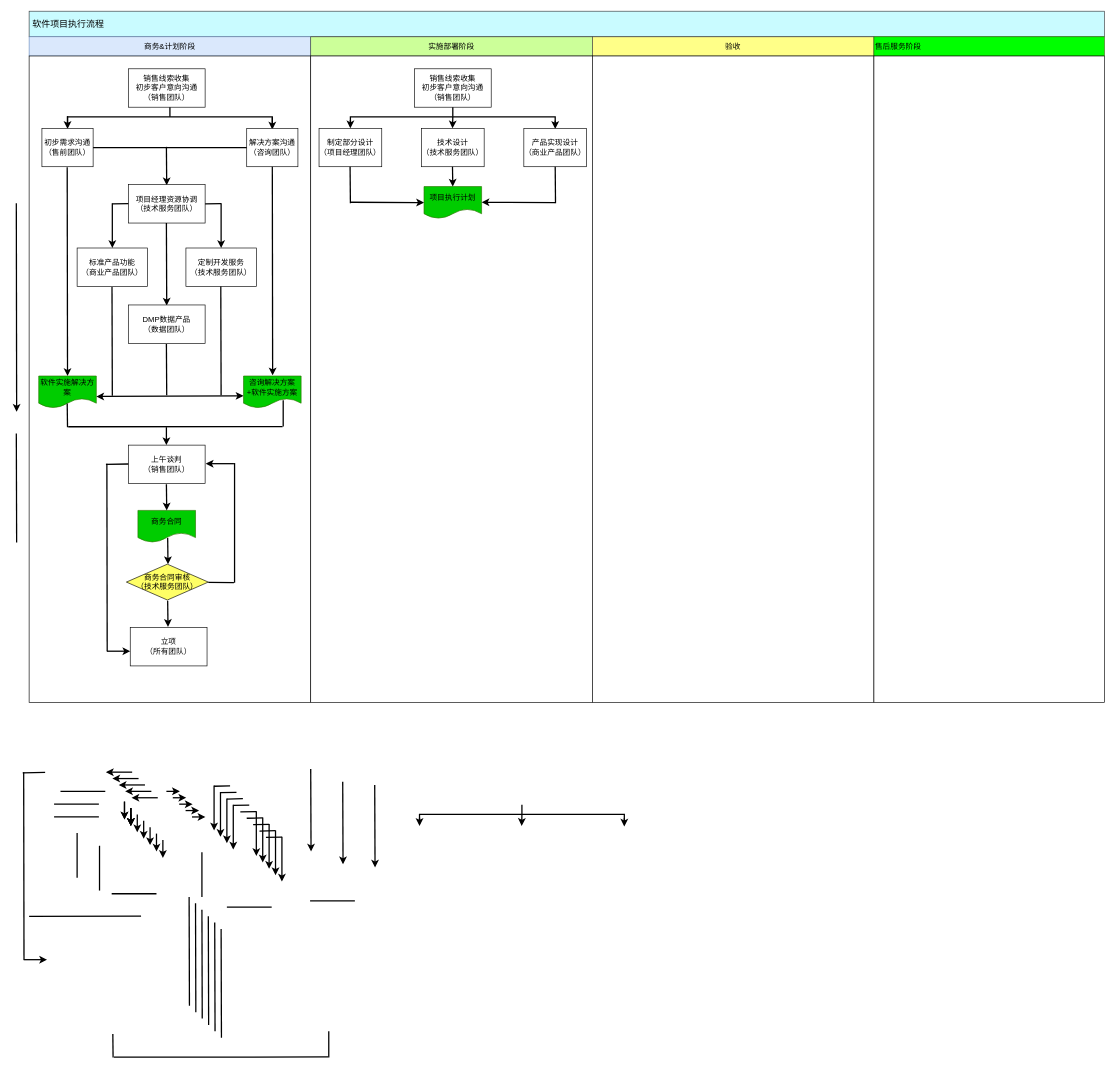
Earlier version of the draw.io diagram 未命名绘图.drawio (pingxinerlun/Demo). Source tidied: cells renumbered, new cells numbered last; positions are measured from the earlier drawing's top-left corner, leaving out a move shared by most shapes. Both pictures are drawn from the tidied source at 64%, with x=0, y=0 at pixel (16, 11).
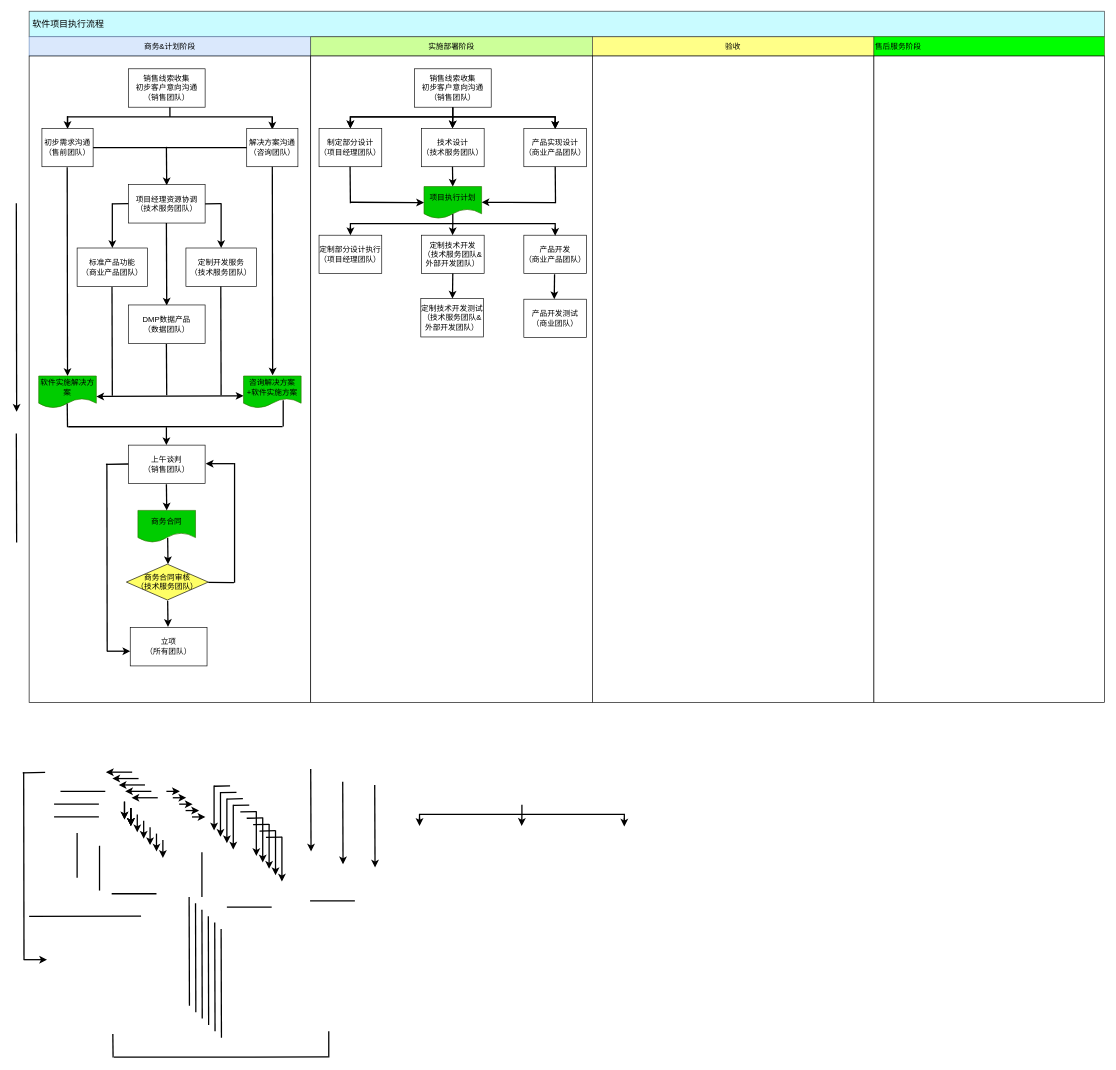
The same page after the edit.

Change to the diagram source:
```diff
@@
+    <mxCell id="137" style="strokeWidth=2;html=1;shape=mxgraph.flowchart.annotation_2;align=left;labelPosition=right;fillColor=#FFFFFF;direction=south;" parent="1" vertex="1">
+      <mxGeometry x="522" y="150" width="320" height="30" as="geometry" />
+    </mxCell>
+    <mxCell id="138" style="endArrow=classic;html=1;endSize=6;strokeWidth=2;" parent="1" edge="1">
+      <mxGeometry relative="1" as="geometry">
+        <mxPoint x="522" y="170" as="sourcePoint" />
+        <mxPoint x="522" y="183" as="targetPoint" />
+      </mxGeometry>
+    </mxCell>
+    <mxCell id="139" style="endArrow=classic;html=1;endSize=6;strokeWidth=2;" parent="1" edge="1">
+      <mxGeometry relative="1" as="geometry">
+        <mxPoint x="682" y="165" as="sourcePoint" />
+        <mxPoint x="681.6" y="183" as="targetPoint" />
+      </mxGeometry>
+    </mxCell>
+    <mxCell id="140" style="endArrow=classic;html=1;endSize=6;strokeWidth=2;" parent="1" edge="1">
+      <mxGeometry relative="1" as="geometry">
+        <mxPoint x="842" y="171" as="sourcePoint" />
+        <mxPoint x="842" y="184" as="targetPoint" />
+      </mxGeometry>
+    </mxCell>
+    <mxCell id="141" value="定制部分设计执行&lt;br&gt;（项目经理团队）" style="rounded=0;whiteSpace=wrap;html=1;fillColor=#FFFFFF;align=center;" parent="1" vertex="1">
+      <mxGeometry x="473" y="350" width="98" height="60" as="geometry" />
+    </mxCell>
+    <mxCell id="142" value="定制技术开发&lt;br&gt;（技术服务团队&amp;amp;外部开发团队）" style="rounded=0;whiteSpace=wrap;html=1;fillColor=#FFFFFF;align=center;" parent="1" vertex="1">
+      <mxGeometry x="633" y="350" width="98" height="60" as="geometry" />
+    </mxCell>
+    <mxCell id="143" value="产品开发&lt;br&gt;（商业产品团队）" style="rounded=0;whiteSpace=wrap;html=1;fillColor=#FFFFFF;align=center;" parent="1" vertex="1">
+      <mxGeometry x="793" y="350" width="98" height="60" as="geometry" />
+    </mxCell>
+    <mxCell id="144" style="strokeWidth=2;html=1;shape=mxgraph.flowchart.annotation_2;align=left;labelPosition=right;fillColor=#FFFFFF;direction=south;" parent="1" vertex="1">
+      <mxGeometry x="522" y="317" width="320" height="30" as="geometry" />
+    </mxCell>
+    <mxCell id="145" style="endArrow=classic;html=1;endSize=6;strokeWidth=2;" parent="1" edge="1">
+      <mxGeometry relative="1" as="geometry">
+        <mxPoint x="522" y="337" as="sourcePoint" />
+        <mxPoint x="522" y="350" as="targetPoint" />
+      </mxGeometry>
+    </mxCell>
+    <mxCell id="146" style="endArrow=classic;html=1;endSize=6;strokeWidth=2;" parent="1" edge="1">
+      <mxGeometry relative="1" as="geometry">
+        <mxPoint x="682" y="332" as="sourcePoint" />
+        <mxPoint x="681.6" y="350" as="targetPoint" />
+      </mxGeometry>
+    </mxCell>
+    <mxCell id="147" style="endArrow=classic;html=1;endSize=6;strokeWidth=2;" parent="1" edge="1">
+      <mxGeometry relative="1" as="geometry">
+        <mxPoint x="842" y="338" as="sourcePoint" />
+        <mxPoint x="842" y="351" as="targetPoint" />
+      </mxGeometry>
+    </mxCell>
+    <mxCell id="148" value="定制技术开发测试&lt;br&gt;（技术服务团队&amp;amp;外部开发团队）" style="rounded=0;whiteSpace=wrap;html=1;fillColor=#FFFFFF;align=center;" parent="1" vertex="1">
+      <mxGeometry x="632" y="449" width="98" height="60" as="geometry" />
+    </mxCell>
+    <mxCell id="149" value="产品开发测试&lt;br&gt;（商业团队）" style="rounded=0;whiteSpace=wrap;html=1;fillColor=#FFFFFF;align=center;" parent="1" vertex="1">
+      <mxGeometry x="793" y="450" width="98" height="60" as="geometry" />
+    </mxCell>
+    <mxCell id="150" style="endArrow=classic;html=1;endSize=6;strokeWidth=2;" parent="1" edge="1">
+      <mxGeometry relative="1" as="geometry">
+        <mxPoint x="682" y="410" as="sourcePoint" />
+        <mxPoint x="681.5" y="449" as="targetPoint" />
+      </mxGeometry>
+    </mxCell>
+    <mxCell id="151" style="endArrow=classic;html=1;endSize=6;strokeWidth=2;" parent="1" edge="1">
+      <mxGeometry relative="1" as="geometry">
+        <mxPoint x="841" y="411" as="sourcePoint" />
+        <mxPoint x="840.5" y="450" as="targetPoint" />
+      </mxGeometry>
+    </mxCell>
```
